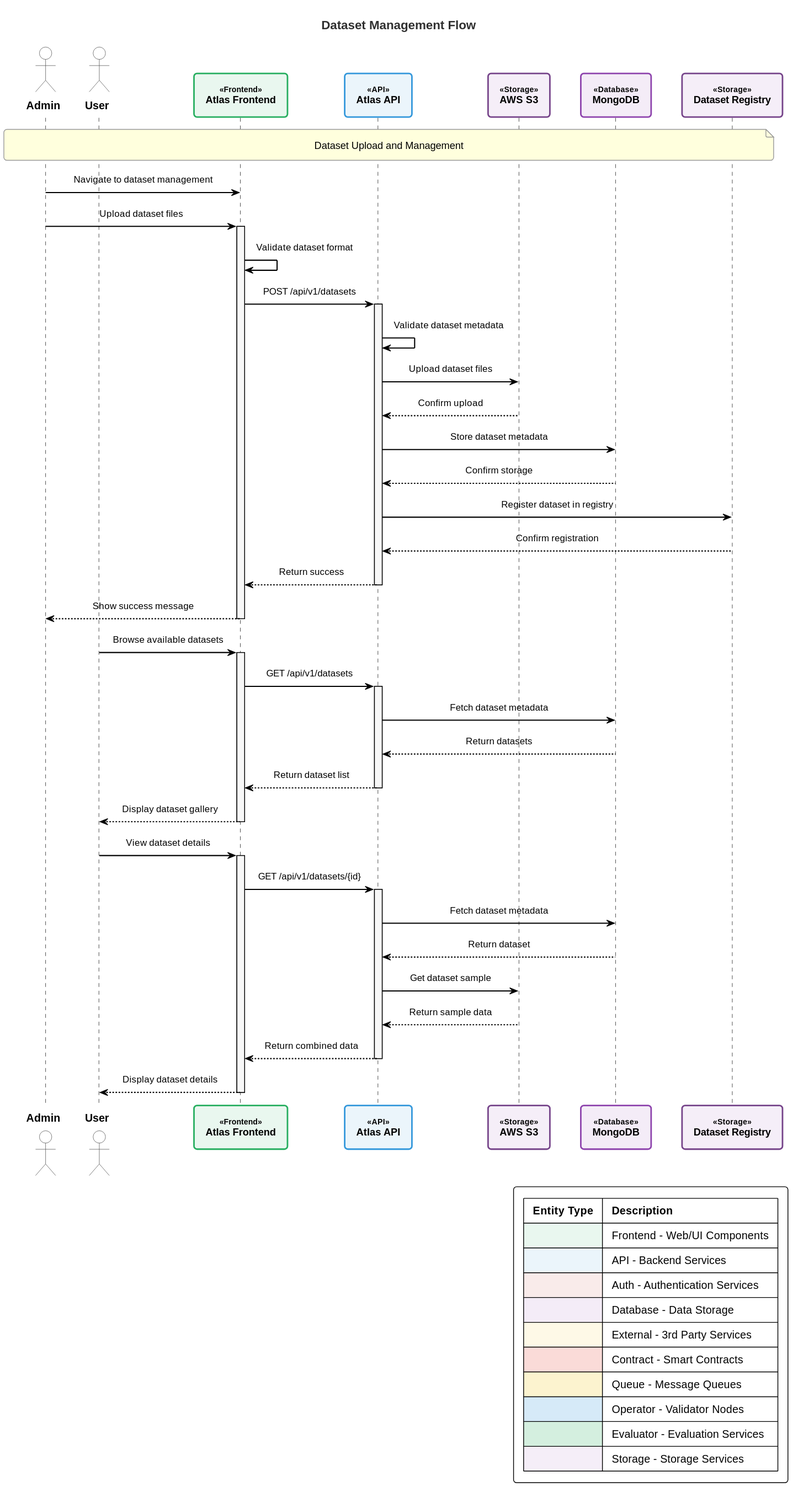
k-g-j/ll-sequence-diagrams keeps this PlantUML diagram as custom-diagrams/diagrams/atlas-dataset-flow.svg. Above is the earlier version.
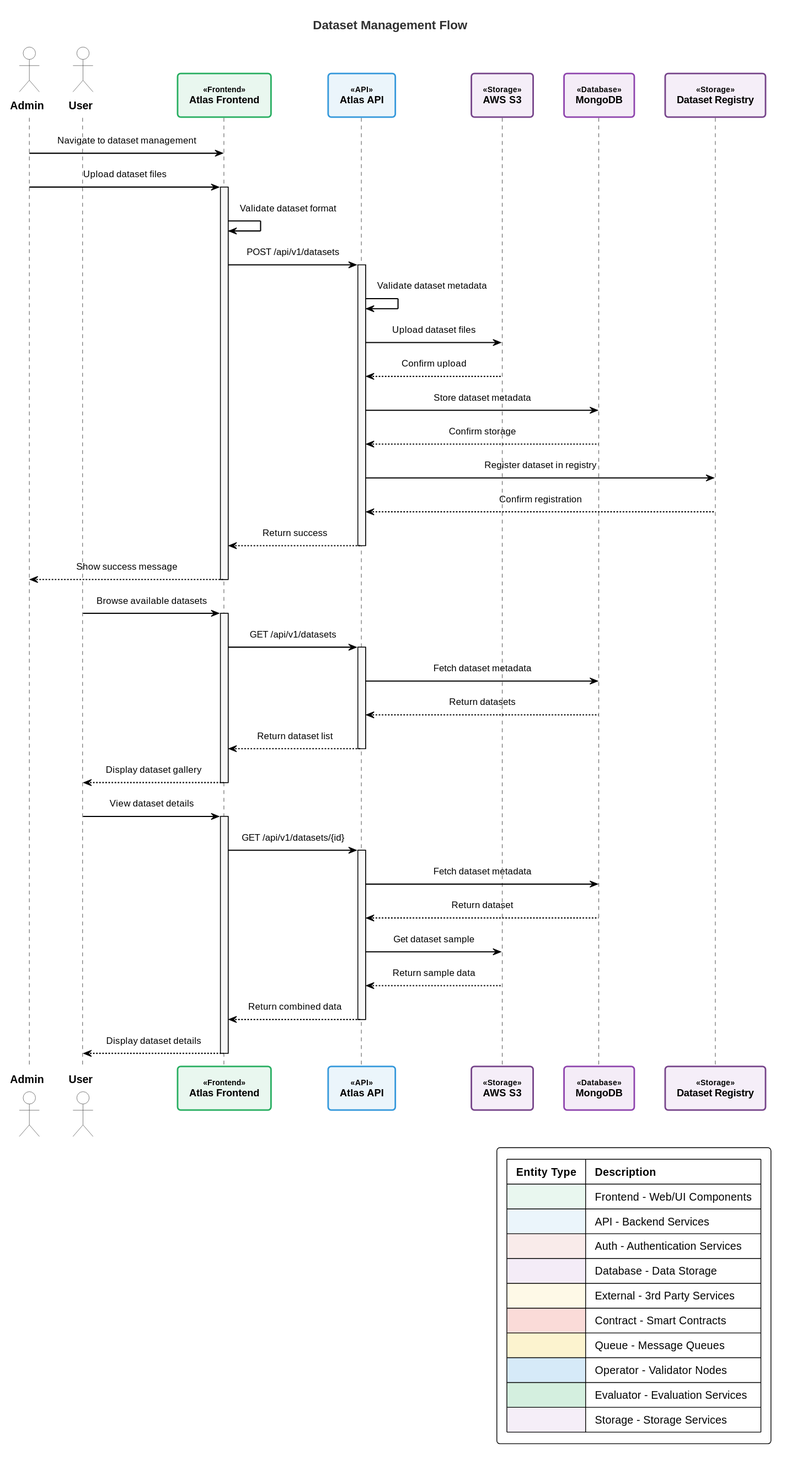
The same file after the commit.

What changed in the source:
```diff
@@ -11,7 +11,6 @@
 participant "MongoDB" as MongoDB <<Database>>
 participant "Dataset Registry" as Registry <<Storage>>
 
-note over Admin, Registry: Dataset Upload and Management
 
 Admin -> Frontend: Navigate to dataset management
 Admin -> Frontend: Upload dataset files
```
